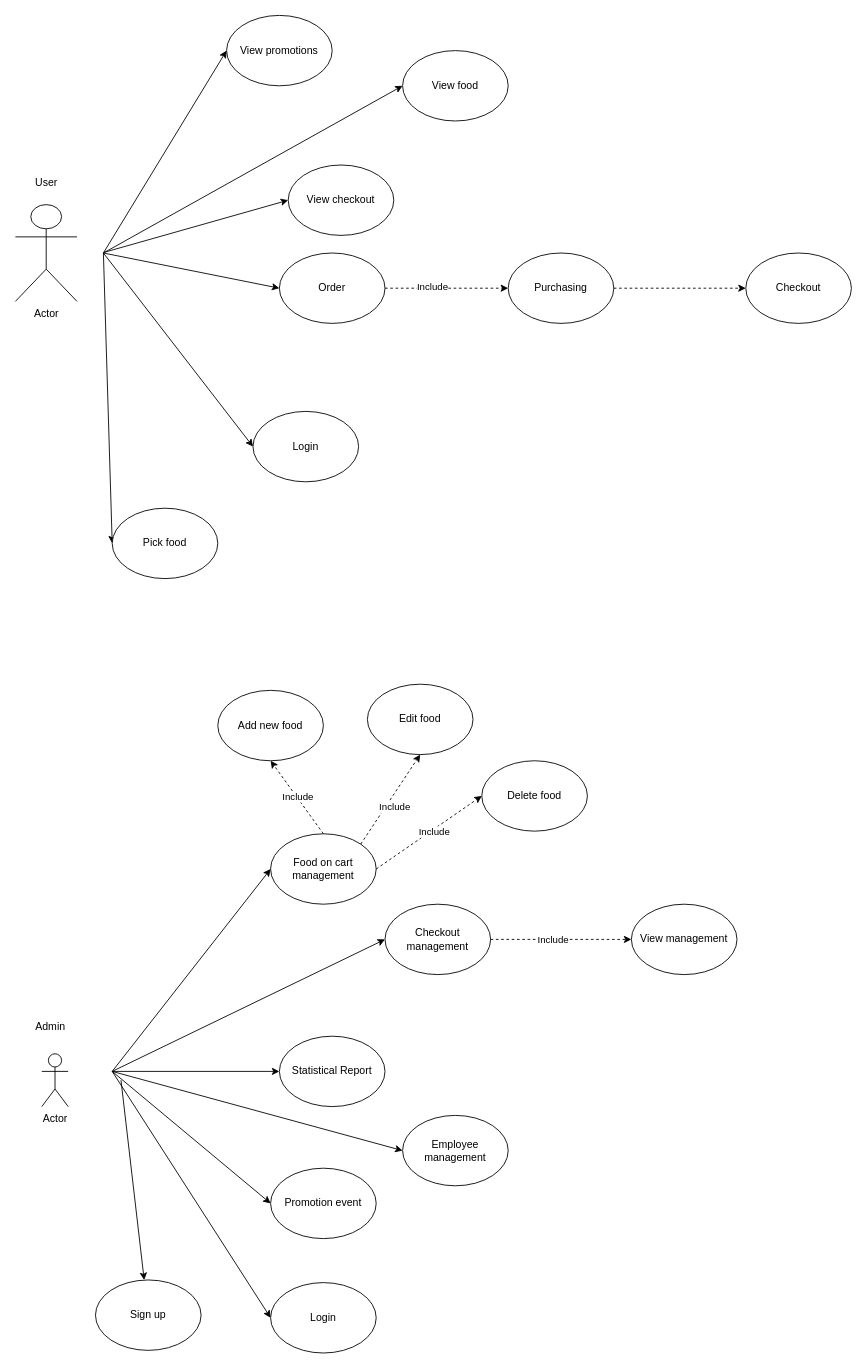
Earlier version of the draw.io diagram Untitled Diagram.drawio (tan0976861/PRN292). Source tidied: cells renumbered, new cells numbered last; positions are measured from the earlier drawing's top-left corner, leaving out a move shared by most shapes. Both pictures are drawn from the tidied source at 88%, with x=0, y=0 at pixel (15, 15).
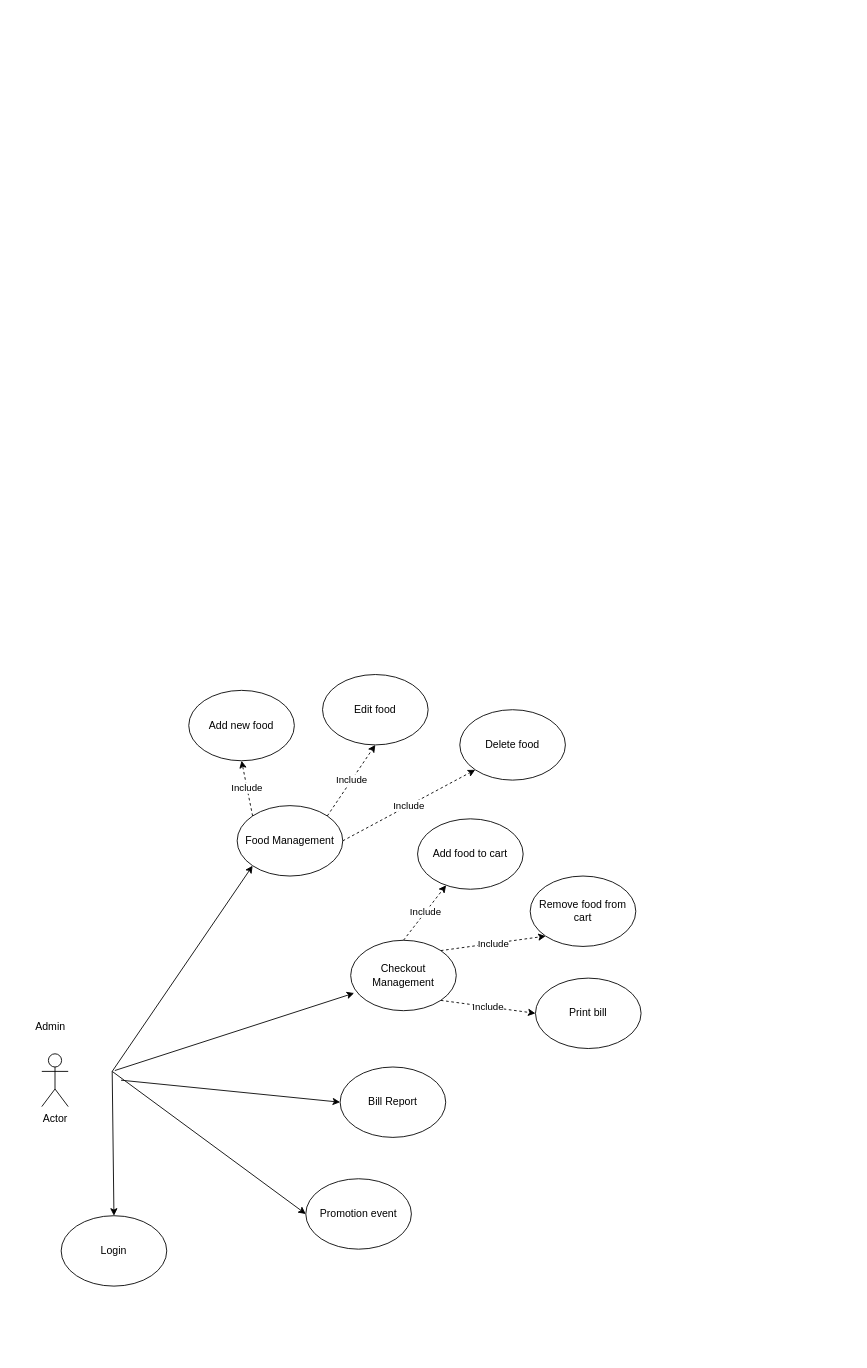
The same diagram, later.

What changed in the source:
```diff
@@
-    <mxCell id="2" value="Actor" style="shape=umlActor;verticalLabelPosition=bottom;verticalAlign=top;html=1;" parent="1" vertex="1">
-      <mxGeometry y="215" width="70" height="110" as="geometry" />
-    </mxCell>
-    <mxCell id="3" value="View food" style="ellipse;whiteSpace=wrap;html=1;" parent="1" vertex="1">
-      <mxGeometry x="440" y="40" width="120" height="80" as="geometry" />
-    </mxCell>
-    <mxCell id="4" value="View checkout" style="ellipse;whiteSpace=wrap;html=1;" parent="1" vertex="1">
-      <mxGeometry x="310" y="170" width="120" height="80" as="geometry" />
-    </mxCell>
-    <mxCell id="5" style="edgeStyle=orthogonalEdgeStyle;rounded=0;jettySize=auto;html=1;exitX=1;exitY=0.5;exitDx=0;exitDy=0;entryX=0;entryY=0.5;entryDx=0;entryDy=0;dashed=1;" parent="1" edge="1" source="7" target="15">
-      <mxGeometry relative="1" as="geometry" />
-    </mxCell>
-    <mxCell id="6" value="Include" style="edgeLabel;html=1;align=center;verticalAlign=middle;" parent="5" vertex="1">
-      <mxGeometry x="-0.24" y="2" relative="1" as="geometry" />
-    </mxCell>
-    <mxCell id="7" value="Order" style="ellipse;whiteSpace=wrap;html=1;" parent="1" vertex="1">
-      <mxGeometry x="300" y="270" width="120" height="80" as="geometry" />
-    </mxCell>
-    <mxCell id="8" style="endArrow=classic;html=1;entryX=0;entryY=0.5;entryDx=0;entryDy=0;" parent="1" edge="1" target="3">
-      <mxGeometry relative="1" as="geometry">
-        <mxPoint x="100" y="270" as="sourcePoint" />
-      </mxGeometry>
-    </mxCell>
-    <mxCell id="9" style="endArrow=classic;html=1;entryX=0;entryY=0.5;entryDx=0;entryDy=0;" parent="1" edge="1" target="4">
-      <mxGeometry relative="1" as="geometry">
-        <mxPoint x="100" y="269.5" as="sourcePoint" />
-      </mxGeometry>
-    </mxCell>
-    <mxCell id="10" style="endArrow=classic;html=1;entryX=0;entryY=0.5;entryDx=0;entryDy=0;" parent="1" edge="1" target="7">
-      <mxGeometry relative="1" as="geometry">
-        <mxPoint x="100" y="270" as="sourcePoint" />
-      </mxGeometry>
-    </mxCell>
-    <mxCell id="11" style="endArrow=classic;html=1;entryX=0;entryY=0.5;entryDx=0;entryDy=0;" parent="1" edge="1" target="13">
-      <mxGeometry relative="1" as="geometry">
-        <mxPoint x="100" y="270" as="sourcePoint" />
-      </mxGeometry>
-    </mxCell>
-    <mxCell id="12" value="View promotions" style="ellipse;whiteSpace=wrap;html=1;" parent="1" vertex="1">
-      <mxGeometry x="240" width="120" height="80" as="geometry" />
-    </mxCell>
-    <mxCell id="13" value="Pick food" style="ellipse;whiteSpace=wrap;html=1;" parent="1" vertex="1">
-      <mxGeometry x="110" y="560" width="120" height="80" as="geometry" />
-    </mxCell>
-    <mxCell id="14" style="endArrow=classic;html=1;entryX=0;entryY=0.5;entryDx=0;entryDy=0;" parent="1" edge="1" target="12">
-      <mxGeometry relative="1" as="geometry">
-        <mxPoint x="100" y="270" as="sourcePoint" />
-      </mxGeometry>
-    </mxCell>
-    <mxCell id="15" value="Purchasing" style="ellipse;whiteSpace=wrap;html=1;" parent="1" vertex="1">
-      <mxGeometry x="560" y="270" width="120" height="80" as="geometry" />
-    </mxCell>
-    <mxCell id="16" value="User" style="text;html=1;align=center;verticalAlign=middle;" parent="1" vertex="1">
-      <mxGeometry x="15" y="180" width="40" height="20" as="geometry" />
-    </mxCell>
@@
-    <mxCell id="18" value="Checkout management" style="ellipse;whiteSpace=wrap;html=1;" parent="1" vertex="1">
-      <mxGeometry x="420" y="1010" width="120" height="80" as="geometry" />
-    </mxCell>
     <mxCell id="19" value="Login" style="ellipse;whiteSpace=wrap;html=1;" parent="1" vertex="1">
-      <mxGeometry x="290" y="1440" width="120" height="80" as="geometry" />
+      <mxGeometry x="52" y="1364" width="120" height="80" as="geometry" />
     </mxCell>
-    <mxCell id="20" value="Food on cart management" style="ellipse;whiteSpace=wrap;html=1;" parent="1" vertex="1">
-      <mxGeometry x="290" y="930" width="120" height="80" as="geometry" />
+    <mxCell id="20" value="Food Management" style="ellipse;whiteSpace=wrap;html=1;" parent="1" vertex="1">
+      <mxGeometry x="252" y="898" width="120" height="80" as="geometry" />
     </mxCell>
-    <mxCell id="21" value="Statistical Report" style="ellipse;whiteSpace=wrap;html=1;" parent="1" vertex="1">
-      <mxGeometry x="300" y="1160" width="120" height="80" as="geometry" />
-    </mxCell>
-    <mxCell id="22" value="Employee management" style="ellipse;whiteSpace=wrap;html=1;" parent="1" vertex="1">
-      <mxGeometry x="440" y="1250" width="120" height="80" as="geometry" />
-    </mxCell>
     <mxCell id="23" value="Promotion event" style="ellipse;whiteSpace=wrap;html=1;" parent="1" vertex="1">
-      <mxGeometry x="290" y="1310" width="120" height="80" as="geometry" />
+      <mxGeometry x="330" y="1322" width="120" height="80" as="geometry" />
     </mxCell>
-    <mxCell id="24" style="endArrow=classic;html=1;entryX=0;entryY=0.5;entryDx=0;entryDy=0;" parent="1" edge="1" target="20">
+    <mxCell id="24" style="endArrow=classic;html=1;entryX=0;entryY=1;entryDx=0;entryDy=0;" parent="1" edge="1" target="20">
       <mxGeometry relative="1" as="geometry">
         <mxPoint x="110" y="1200" as="sourcePoint" />
       </mxGeometry>
     </mxCell>
-    <mxCell id="25" style="endArrow=classic;html=1;entryX=0;entryY=0.5;entryDx=0;entryDy=0;" parent="1" edge="1" target="18">
-      <mxGeometry relative="1" as="geometry">
-        <mxPoint x="110" y="1200" as="sourcePoint" />
-      </mxGeometry>
-    </mxCell>
-    <mxCell id="26" style="endArrow=classic;html=1;entryX=0;entryY=0.5;entryDx=0;entryDy=0;" parent="1" edge="1" target="21">
+    <mxCell id="26" style="endArrow=classic;html=1;entryX=0.033;entryY=0.75;entryDx=0;entryDy=0;entryPerimeter=0;" parent="1" edge="1" target="49">
       <mxGeometry relative="1" as="geometry">
-        <mxPoint x="110" y="1200" as="sourcePoint" />
+        <mxPoint x="113" y="1199" as="sourcePoint" />
       </mxGeometry>
     </mxCell>
@@
-    <mxCell id="28" style="endArrow=classic;html=1;entryX=0;entryY=0.5;entryDx=0;entryDy=0;" parent="1" edge="1" target="22">
-      <mxGeometry relative="1" as="geometry">
-        <mxPoint x="110" y="1200" as="sourcePoint" />
-      </mxGeometry>
-    </mxCell>
-    <mxCell id="29" style="endArrow=classic;html=1;entryX=0;entryY=0.5;entryDx=0;entryDy=0;" parent="1" edge="1" target="19">
+    <mxCell id="29" style="endArrow=classic;html=1;entryX=0.5;entryY=0;entryDx=0;entryDy=0;" parent="1" edge="1" target="19">
       <mxGeometry relative="1" as="geometry">
         <mxPoint x="110" y="1200" as="sourcePoint" />
       </mxGeometry>
     </mxCell>
     <mxCell id="30" value="Edit food" style="ellipse;whiteSpace=wrap;html=1;" parent="1" vertex="1">
-      <mxGeometry x="400" y="760" width="120" height="80" as="geometry" />
+      <mxGeometry x="349" y="749" width="120" height="80" as="geometry" />
     </mxCell>
     <mxCell id="31" value="Delete food" style="ellipse;whiteSpace=wrap;html=1;" parent="1" vertex="1">
-      <mxGeometry x="530" y="847" width="120" height="80" as="geometry" />
+      <mxGeometry x="505" y="789" width="120" height="80" as="geometry" />
     </mxCell>
     <mxCell id="32" value="Add new food" style="ellipse;whiteSpace=wrap;html=1;" parent="1" vertex="1">
-      <mxGeometry x="230" y="767" width="120" height="80" as="geometry" />
+      <mxGeometry x="197" y="767" width="120" height="80" as="geometry" />
     </mxCell>
-    <mxCell id="33" value="View management" style="ellipse;whiteSpace=wrap;html=1;" parent="1" vertex="1">
-      <mxGeometry x="700" y="1010" width="120" height="80" as="geometry" />
-    </mxCell>
-    <mxCell id="34" value="Checkout" style="ellipse;whiteSpace=wrap;html=1;" parent="1" vertex="1">
-      <mxGeometry x="830" y="270" width="120" height="80" as="geometry" />
-    </mxCell>
-    <mxCell id="35" style="endArrow=classic;html=1;entryX=0;entryY=0.5;entryDx=0;entryDy=0;exitX=1;exitY=0.5;exitDx=0;exitDy=0;dashed=1;" parent="1" edge="1" source="15" target="34">
-      <mxGeometry relative="1" as="geometry" />
-    </mxCell>
-    <mxCell id="36" style="endArrow=classic;html=1;entryX=0.5;entryY=1;entryDx=0;entryDy=0;exitX=0.5;exitY=0;exitDx=0;exitDy=0;dashed=1;" parent="1" edge="1" source="20" target="32">
+    <mxCell id="36" value="Include" style="endArrow=classic;html=1;entryX=0.5;entryY=1;entryDx=0;entryDy=0;exitX=0;exitY=0;exitDx=0;exitDy=0;dashed=1;" parent="1" edge="1" source="20" target="32">
       <mxGeometry relative="1" as="geometry" />
     </mxCell>
-    <mxCell id="37" style="endArrow=classic;html=1;entryX=0.5;entryY=1;entryDx=0;entryDy=0;exitX=1;exitY=0;exitDx=0;exitDy=0;dashed=1;" parent="1" edge="1" source="20" target="30">
+    <mxCell id="37" value="Include" style="endArrow=classic;html=1;entryX=0.5;entryY=1;entryDx=0;entryDy=0;exitX=1;exitY=0;exitDx=0;exitDy=0;dashed=1;" parent="1" edge="1" source="20" target="30">
       <mxGeometry relative="1" as="geometry" />
     </mxCell>
-    <mxCell id="38" value="Include" style="edgeLabel;html=1;align=center;verticalAlign=middle;" parent="37" vertex="1">
-      <mxGeometry x="-0.3" relative="1" as="geometry">
-        <mxPoint x="13.8" y="-5.9" as="offset" />
-      </mxGeometry>
-    </mxCell>
-    <mxCell id="39" style="endArrow=classic;html=1;entryX=0;entryY=0.5;entryDx=0;entryDy=0;exitX=1;exitY=0.5;exitDx=0;exitDy=0;dashed=1;" parent="1" edge="1" source="20" target="31">
+    <mxCell id="39" value="Include" style="endArrow=classic;html=1;entryX=0;entryY=1;entryDx=0;entryDy=0;exitX=1;exitY=0.5;exitDx=0;exitDy=0;dashed=1;" parent="1" edge="1" source="20" target="31">
       <mxGeometry relative="1" as="geometry" />
     </mxCell>
-    <mxCell id="40" style="endArrow=classic;html=1;entryX=0;entryY=0.5;entryDx=0;entryDy=0;exitX=1;exitY=0.5;exitDx=0;exitDy=0;dashed=1;" parent="1" edge="1" source="18" target="33">
-      <mxGeometry relative="1" as="geometry" />
-    </mxCell>
-    <mxCell id="41" value="Include" style="edgeLabel;html=1;align=center;verticalAlign=middle;" parent="1" vertex="1">
-      <mxGeometry x="320" y="887" as="geometry" />
-    </mxCell>
-    <mxCell id="42" value="Include" style="edgeLabel;html=1;align=center;verticalAlign=middle;" parent="1" vertex="1">
-      <mxGeometry x="475" y="927" as="geometry" />
-    </mxCell>
-    <mxCell id="43" value="Include" style="edgeLabel;html=1;align=center;verticalAlign=middle;" parent="1" vertex="1">
-      <mxGeometry x="610" y="1050" as="geometry" />
-    </mxCell>
-    <mxCell id="44" value="Login" style="ellipse;whiteSpace=wrap;html=1;" parent="1" vertex="1">
-      <mxGeometry x="270" y="450" width="120" height="80" as="geometry" />
-    </mxCell>
-    <mxCell id="45" style="endArrow=classic;html=1;entryX=0;entryY=0.5;entryDx=0;entryDy=0;" parent="1" edge="1" target="44">
-      <mxGeometry relative="1" as="geometry">
-        <mxPoint x="100" y="270" as="sourcePoint" />
-      </mxGeometry>
-    </mxCell>
@@
-    <mxCell id="47" value="Sign up" style="ellipse;whiteSpace=wrap;html=1;" parent="1" vertex="1">
-      <mxGeometry x="91" y="1437" width="120" height="80" as="geometry" />
-    </mxCell>
-    <mxCell id="48" style="endArrow=classic;html=1;" parent="1" edge="1" target="47">
-      <mxGeometry relative="1" as="geometry">
-        <mxPoint x="120" y="1210" as="sourcePoint" />
-      </mxGeometry>
-    </mxCell>
+    <mxCell id="49" value="Checkout Management" style="ellipse;whiteSpace=wrap;html=1;" parent="1" vertex="1">
+      <mxGeometry x="381" y="1051" width="120" height="80" as="geometry" />
+    </mxCell>
+    <mxCell id="50" value="Remove food from cart" style="ellipse;whiteSpace=wrap;html=1;" parent="1" vertex="1">
+      <mxGeometry x="585" y="978" width="120" height="80" as="geometry" />
+    </mxCell>
+    <mxCell id="51" value="Print bill" style="ellipse;whiteSpace=wrap;html=1;" parent="1" vertex="1">
+      <mxGeometry x="591" y="1094" width="120" height="80" as="geometry" />
+    </mxCell>
+    <mxCell id="52" value="Add food to cart" style="ellipse;whiteSpace=wrap;html=1;" parent="1" vertex="1">
+      <mxGeometry x="457" y="913" width="120" height="80" as="geometry" />
+    </mxCell>
+    <mxCell id="53" value="Include" style="endArrow=classic;html=1;exitX=0.5;exitY=0;exitDx=0;exitDy=0;dashed=1;" parent="1" edge="1" source="49" target="52">
+      <mxGeometry relative="1" as="geometry" />
+    </mxCell>
+    <mxCell id="54" value="Include" style="endArrow=classic;html=1;entryX=0;entryY=1;entryDx=0;entryDy=0;exitX=1;exitY=0;exitDx=0;exitDy=0;dashed=1;" parent="1" edge="1" source="49" target="50">
+      <mxGeometry relative="1" as="geometry" />
+    </mxCell>
+    <mxCell id="55" value="Include" style="endArrow=classic;html=1;entryX=0;entryY=0.5;entryDx=0;entryDy=0;exitX=1;exitY=1;exitDx=0;exitDy=0;dashed=1;" parent="1" edge="1" source="49" target="51">
+      <mxGeometry relative="1" as="geometry" />
+    </mxCell>
+    <mxCell id="56" value="Bill Report" style="ellipse;whiteSpace=wrap;html=1;" parent="1" vertex="1">
+      <mxGeometry x="369" y="1195" width="120" height="80" as="geometry" />
+    </mxCell>
+    <mxCell id="57" style="endArrow=classic;html=1;entryX=0;entryY=0.5;entryDx=0;entryDy=0;" parent="1" edge="1" target="56">
+      <mxGeometry relative="1" as="geometry">
+        <mxPoint x="120" y="1210" as="sourcePoint" />
+      </mxGeometry>
+    </mxCell>
```
